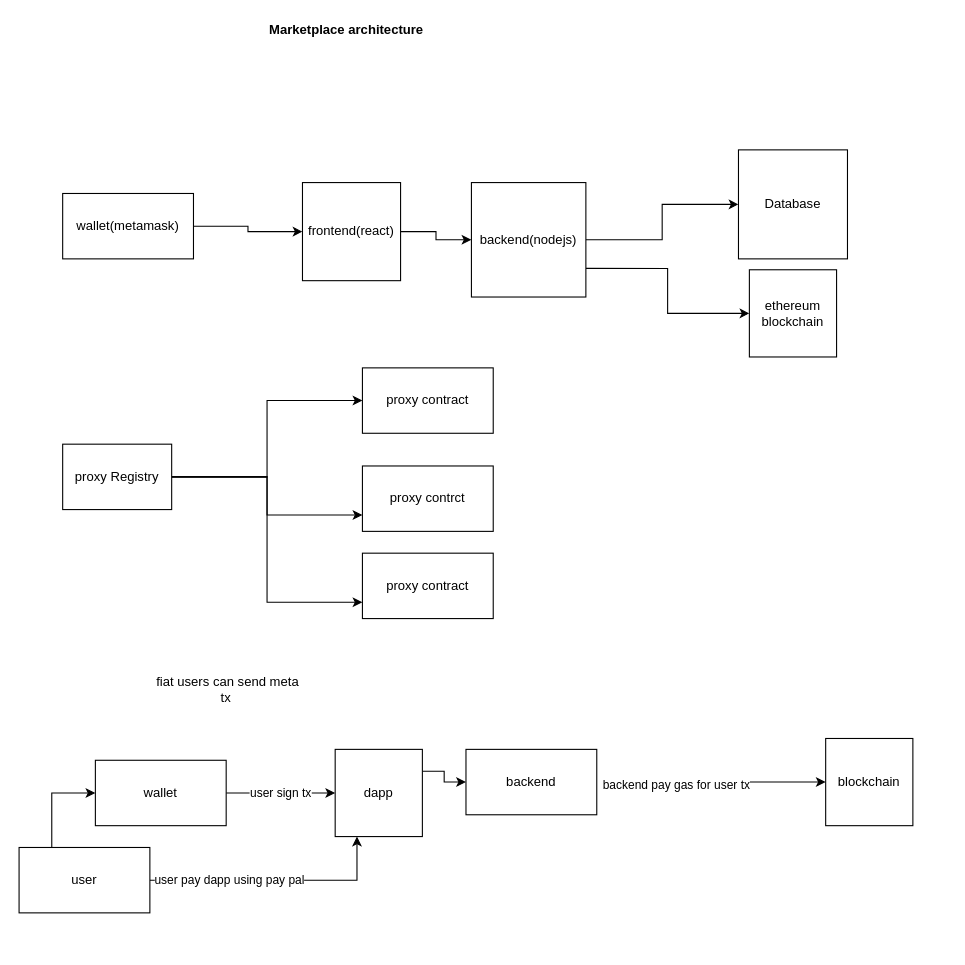
This is Untitled Diagram.drawio from appdeveloper9is/NftMarketPlace, a draw.io file, before an edit. Source tidied: cells renumbered, new cells numbered last; positions are measured from the earlier drawing's top-left corner, leaving out a move shared by most shapes. Both pictures are drawn from the tidied source at 109%, with x=0, y=0 at pixel (19, 19).
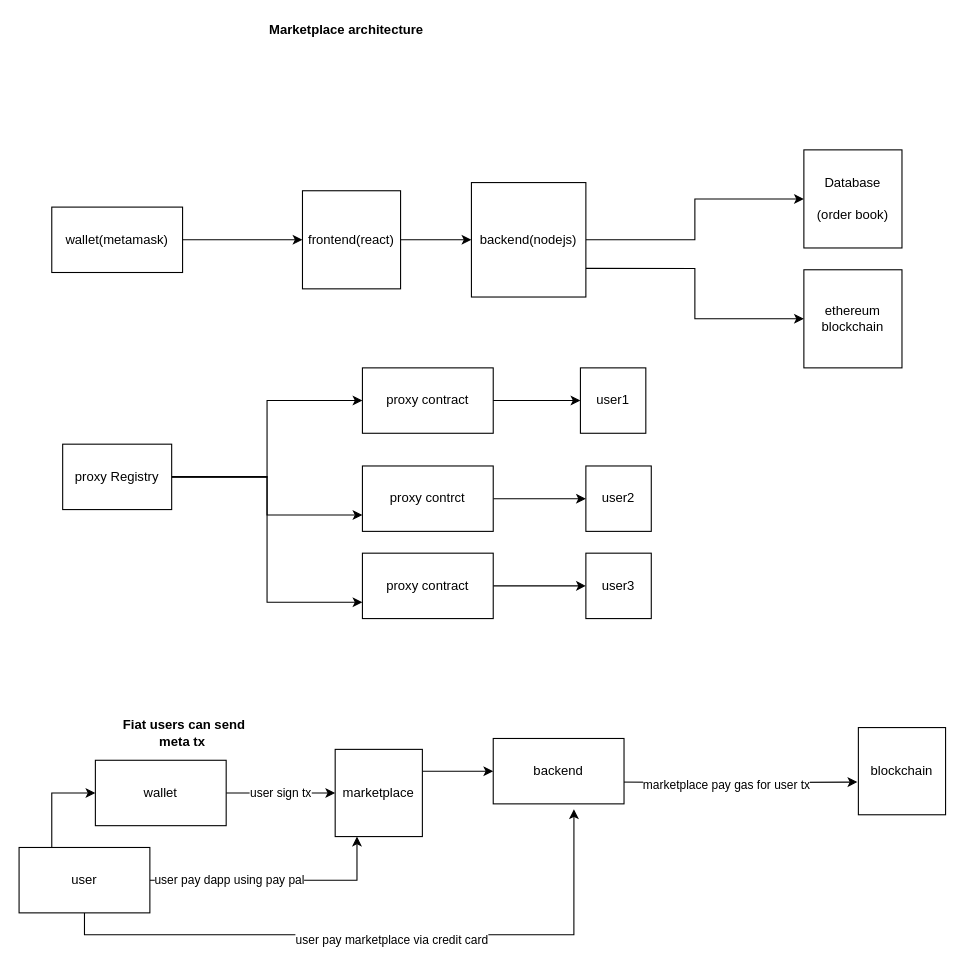
The same page after the edit.

The change refers to these unchanged cells:
```xml
<mxCell id="6" value="proxy contrct" style="rounded=0;whiteSpace=wrap;html=1;" parent="1" vertex="1">
  <mxGeometry x="315" y="410" width="120" height="60" as="geometry" />
</mxCell>
<mxCell id="7" value="proxy contract" style="rounded=0;whiteSpace=wrap;html=1;" parent="1" vertex="1">
  <mxGeometry x="315" y="490" width="120" height="60" as="geometry" />
</mxCell>
<mxCell id="30" value="user" style="rounded=0;whiteSpace=wrap;html=1;" parent="1" vertex="1">
  <mxGeometry y="760" width="120" height="60" as="geometry" />
</mxCell>
<mxCell id="31" value="proxy contract" style="rounded=0;whiteSpace=wrap;html=1;" parent="1" vertex="1">
  <mxGeometry x="315" y="320" width="120" height="60" as="geometry" />
</mxCell>
```

The edit, as a diff of the source:
```diff
@@
+    <mxCell id="32" style="edgeStyle=orthogonalEdgeStyle;rounded=0;jettySize=auto;html=1;exitX=1;exitY=0.5;exitDx=0;exitDy=0;entryX=0;entryY=0.5;entryDx=0;entryDy=0;" parent="1" edge="1" source="6" target="38">
+      <mxGeometry relative="1" as="geometry" />
+    </mxCell>
@@
+    <mxCell id="33" style="edgeStyle=orthogonalEdgeStyle;rounded=0;jettySize=auto;html=1;exitX=1;exitY=0.5;exitDx=0;exitDy=0;entryX=0;entryY=0.5;entryDx=0;entryDy=0;" parent="1" edge="1" source="7" target="39">
+      <mxGeometry relative="1" as="geometry" />
+    </mxCell>
@@
     <mxCell id="9" value="wallet(metamask)" style="rounded=0;whiteSpace=wrap;html=1;" parent="1" vertex="1">
-      <mxGeometry x="40" y="160" width="120" height="60" as="geometry" />
+      <mxGeometry x="30" y="172.5" width="120" height="60" as="geometry" />
     </mxCell>
@@
     <mxCell id="11" value="frontend(react)" style="whiteSpace=wrap;html=1;" parent="1" vertex="1">
-      <mxGeometry x="260" y="150" width="90" height="90" as="geometry" />
+      <mxGeometry x="260" y="157.5" width="90" height="90" as="geometry" />
     </mxCell>
@@
-    <mxCell id="15" value="&lt;div&gt;Database&lt;/div&gt;" style="whiteSpace=wrap;html=1;" parent="1" vertex="1">
-      <mxGeometry x="660" y="120" width="100" height="100" as="geometry" />
+    <mxCell id="15" value="&lt;div&gt;Database&lt;/div&gt;&lt;div&gt;&lt;br&gt;&lt;/div&gt;&lt;div&gt;(order book)&lt;br&gt;&lt;/div&gt;" style="whiteSpace=wrap;html=1;" parent="1" vertex="1">
+      <mxGeometry x="720" y="120" width="90" height="90" as="geometry" />
     </mxCell>
     <mxCell id="16" value="&lt;div&gt;ethereum&lt;/div&gt;&lt;div&gt;blockchain&lt;/div&gt;" style="whiteSpace=wrap;html=1;" parent="1" vertex="1">
-      <mxGeometry x="670" y="230" width="80" height="80" as="geometry" />
+      <mxGeometry x="720" y="230" width="90" height="90" as="geometry" />
     </mxCell>
@@
-    <mxCell id="18" style="edgeStyle=orthogonalEdgeStyle;rounded=0;orthogonalLoop=1;jettySize=auto;html=1;exitX=1;exitY=0.5;exitDx=0;exitDy=0;" parent="1" edge="1">
+    <mxCell id="18" style="edgeStyle=orthogonalEdgeStyle;rounded=0;jettySize=auto;html=1;exitX=1;exitY=0.5;exitDx=0;exitDy=0;entryX=-0.012;entryY=0.625;entryDx=0;entryDy=0;entryPerimeter=0;" parent="1" edge="1" target="26">
       <mxGeometry relative="1" as="geometry">
         <mxPoint x="540" y="700" as="sourcePoint" />
-        <mxPoint x="740" y="700" as="targetPoint" />
       </mxGeometry>
     </mxCell>
-    <mxCell id="19" value="backend pay gas for user tx " style="edgeLabel;html=1;align=center;verticalAlign=middle;" parent="18" vertex="1">
-      <mxGeometry x="-0.38" y="-2" relative="1" as="geometry" />
+    <mxCell id="19" value="marketplace pay gas for user tx " style="edgeLabel;html=1;align=center;verticalAlign=middle;" parent="18" vertex="1">
+      <mxGeometry x="-0.38" y="-2" relative="1" as="geometry">
+        <mxPoint x="38" as="offset" />
+      </mxGeometry>
     </mxCell>
     <mxCell id="20" value="backend" style="rounded=0;whiteSpace=wrap;html=1;" parent="1" vertex="1">
-      <mxGeometry x="410" y="670" width="120" height="60" as="geometry" />
+      <mxGeometry x="435" y="660" width="120" height="60" as="geometry" />
     </mxCell>
-    <mxCell id="21" value="&amp;nbsp;fiat users can send meta tx" style="text;html=1;strokeColor=none;fillColor=none;align=center;verticalAlign=middle;whiteSpace=wrap;rounded=0;" parent="1" vertex="1">
-      <mxGeometry x="120" y="600" width="140" height="30" as="geometry" />
+    <mxCell id="21" value="&lt;b&gt;&amp;nbsp;Fiat users can send meta tx&lt;/b&gt;" style="text;html=1;strokeColor=none;fillColor=none;align=center;verticalAlign=middle;whiteSpace=wrap;rounded=0;" parent="1" vertex="1">
+      <mxGeometry x="80" y="640" width="140" height="30" as="geometry" />
     </mxCell>
@@
-    <mxCell id="25" value="dapp" style="whiteSpace=wrap;html=1;" parent="1" vertex="1">
+    <mxCell id="25" value="marketplace" style="whiteSpace=wrap;html=1;" parent="1" vertex="1">
       <mxGeometry x="290" y="670" width="80" height="80" as="geometry" />
     </mxCell>
     <mxCell id="26" value="blockchain" style="whiteSpace=wrap;html=1;" parent="1" vertex="1">
-      <mxGeometry x="740" y="660" width="80" height="80" as="geometry" />
+      <mxGeometry x="770" y="650" width="80" height="80" as="geometry" />
     </mxCell>
@@
+    <mxCell id="34" style="edgeStyle=orthogonalEdgeStyle;rounded=0;jettySize=auto;html=1;exitX=0.5;exitY=1;exitDx=0;exitDy=0;entryX=0.617;entryY=1.083;entryDx=0;entryDy=0;entryPerimeter=0;" parent="1" edge="1" source="30" target="20">
+      <mxGeometry relative="1" as="geometry" />
+    </mxCell>
+    <mxCell id="35" value="user pay marketplace via credit card" style="edgeLabel;html=1;align=center;verticalAlign=middle;" parent="34" vertex="1">
+      <mxGeometry x="0.03" y="-4" relative="1" as="geometry" />
+    </mxCell>
@@
+    <mxCell id="36" value="user1" style="whiteSpace=wrap;html=1;" parent="1" vertex="1">
+      <mxGeometry x="515" y="320" width="60" height="60" as="geometry" />
+    </mxCell>
+    <mxCell id="37" style="edgeStyle=orthogonalEdgeStyle;rounded=0;jettySize=auto;html=1;" parent="1" edge="1" source="31" target="36">
+      <mxGeometry relative="1" as="geometry" />
+    </mxCell>
+    <mxCell id="38" value="user2" style="whiteSpace=wrap;html=1;" parent="1" vertex="1">
+      <mxGeometry x="520" y="410" width="60" height="60" as="geometry" />
+    </mxCell>
+    <mxCell id="39" value="user3" style="whiteSpace=wrap;html=1;" parent="1" vertex="1">
+      <mxGeometry x="520" y="490" width="60" height="60" as="geometry" />
+    </mxCell>
```
